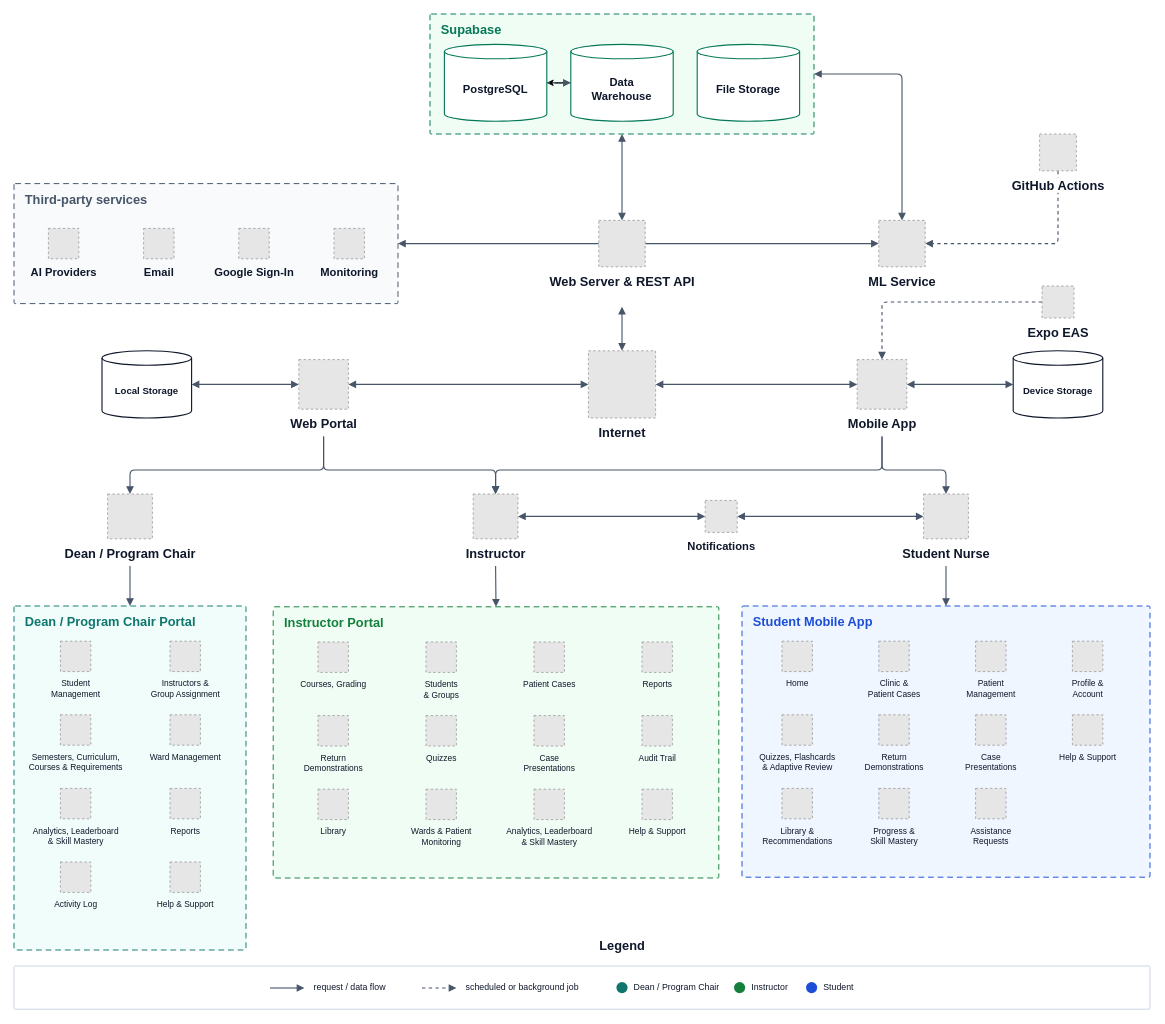
Above: docs/diagrams/system-architecture.drawio in mdk-zero/icare (draw.io), before the change. Source tidied: cells renumbered, new cells numbered last; positions are measured from the earlier drawing's top-left corner, leaving out a move shared by most shapes. Both pictures are drawn from the tidied source at 80%, with x=0, y=0 at pixel (14, 14). Pictures stored in the file or linked from it are replaced by grey dashed boxes.
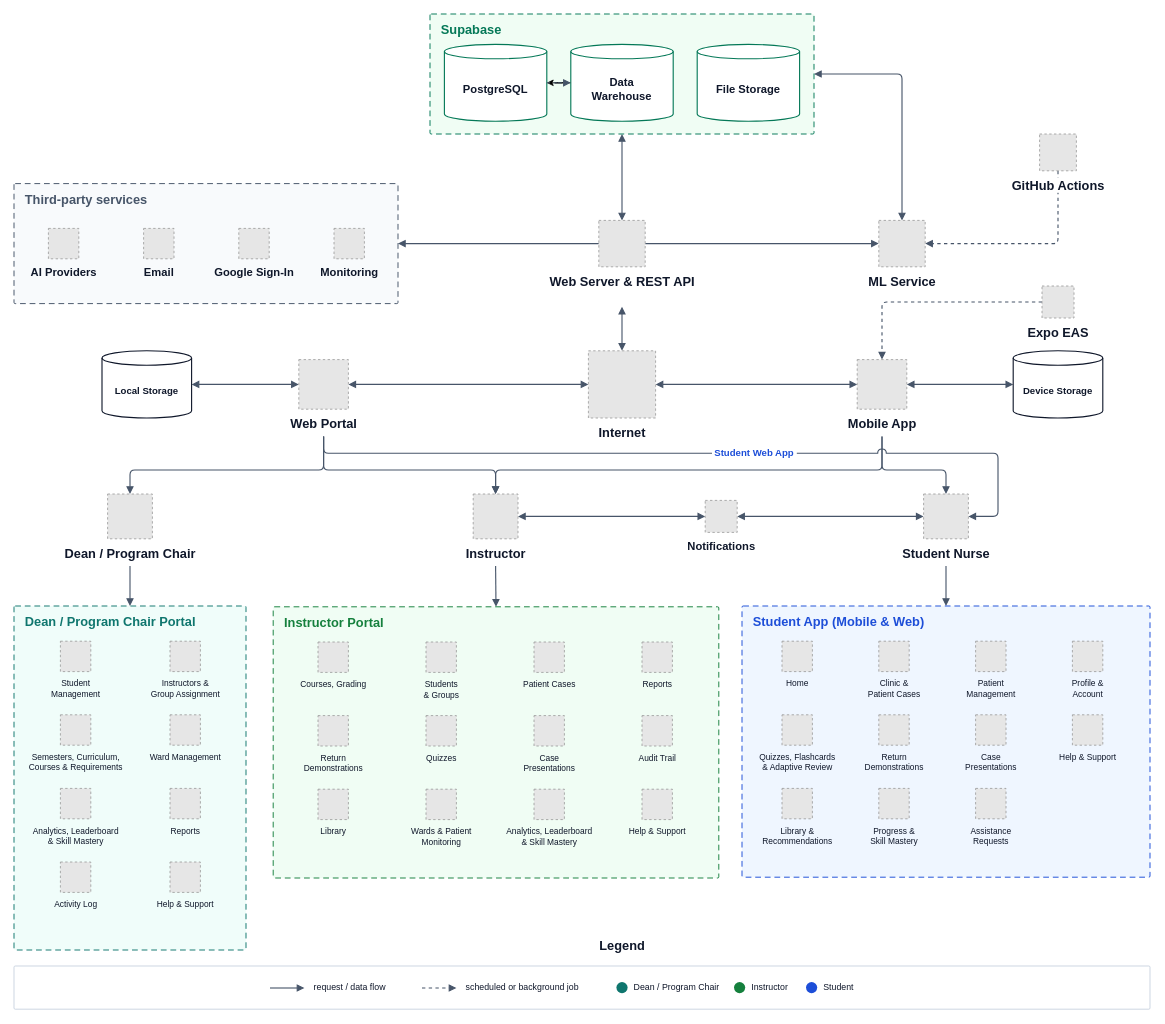
Above is the later version.

Commit message (it also covers changes not shown here):
docs(diagrams): show the student web app in the system architecture

The change refers to these unchanged cells:
```xml
<mxCell id="37" value="&lt;font style=&quot;&quot;&gt;&lt;font style=&quot;font-size: 16px;&quot;&gt;Web Portal&lt;/font&gt;&lt;br&gt;&lt;/font&gt;" style="fillColor=#E6E6E6;strokeColor=#999999;dashed=1;html=1;verticalLabelPosition=bottom;verticalAlign=top;labelBackgroundColor=#ffffff;fontSize=11;fontColor=#0F172A;spacingTop=2;fontStyle=1;" parent="1" vertex="1">
  <mxGeometry x="356" y="432" width="62" height="62" as="geometry" />
</mxCell>
<mxCell id="44" value="&lt;font style=&quot;font-size: 16px;&quot;&gt;Student Nurse&lt;br&gt;&lt;/font&gt;" style="fillColor=#E6E6E6;strokeColor=#999999;dashed=1;html=1;verticalLabelPosition=bottom;verticalAlign=top;labelBackgroundColor=#ffffff;fontSize=11;fontColor=#0F172A;spacingTop=2;fontStyle=1;" parent="1" vertex="1">
  <mxGeometry x="1137" y="600" width="56" height="56" as="geometry" />
</mxCell>
```

Diff of the diagram source:
```diff
@@
+    <mxCell id="96" value="&amp;nbsp;Student Web App&amp;nbsp;" style="edgeStyle=orthogonalEdgeStyle;rounded=1;arcSize=12;html=1;jettySize=auto;strokeColor=#475569;strokeWidth=1.4;endArrow=block;endFill=1;endSize=6;startSize=6;fontSize=12;fontColor=#1D4ED8;fontStyle=1;labelBackgroundColor=#ffffff;jumpStyle=arc;jumpSize=10;exitX=0.5;exitY=1;exitDx=0;exitDy=34;exitPerimeter=0;entryX=1;entryY=0.5;entryDx=0;entryDy=0;" parent="1" edge="1" source="37" target="44">
+      <mxGeometry x="0.14" relative="1" as="geometry">
+        <Array as="points">
+          <mxPoint x="387" y="549" />
+          <mxPoint x="1230" y="549" />
+          <mxPoint x="1230" y="628" />
+        </Array>
+      </mxGeometry>
+    </mxCell>
@@
-    <mxCell id="68" value="&lt;font style=&quot;font-size: 16px;&quot;&gt;Student Mobile App&lt;/font&gt;" style="rounded=1;arcSize=3;absoluteArcSize=1;html=1;fillColor=#EFF6FF;strokeColor=#1D4ED8;dashed=1;dashPattern=6 4;strokeWidth=1.2;verticalAlign=top;align=left;spacingLeft=12;spacingTop=4;fontSize=12;fontStyle=1;fontColor=#1D4ED8;" parent="1" vertex="1">
+    <mxCell id="68" value="&lt;font style=&quot;font-size: 16px;&quot;&gt;Student App (Mobile &amp;amp; Web)&lt;/font&gt;" style="rounded=1;arcSize=3;absoluteArcSize=1;html=1;fillColor=#EFF6FF;strokeColor=#1D4ED8;dashed=1;dashPattern=6 4;strokeWidth=1.2;verticalAlign=top;align=left;spacingLeft=12;spacingTop=4;fontSize=12;fontStyle=1;fontColor=#1D4ED8;" parent="1" vertex="1">
       <mxGeometry x="910" y="740" width="510" height="339" as="geometry" />
     </mxCell>
```
